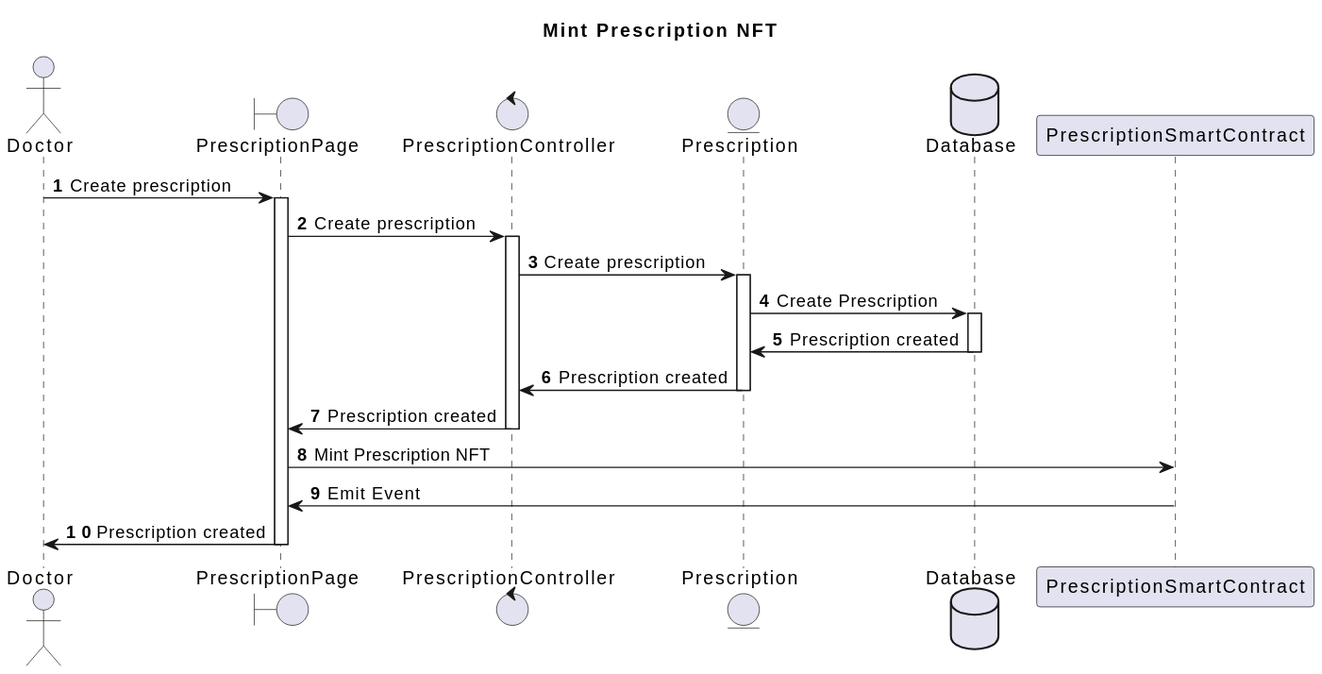
Above: uml/images/MintPrescription.svg in CUPChain/webapp (PlantUML), before the change.
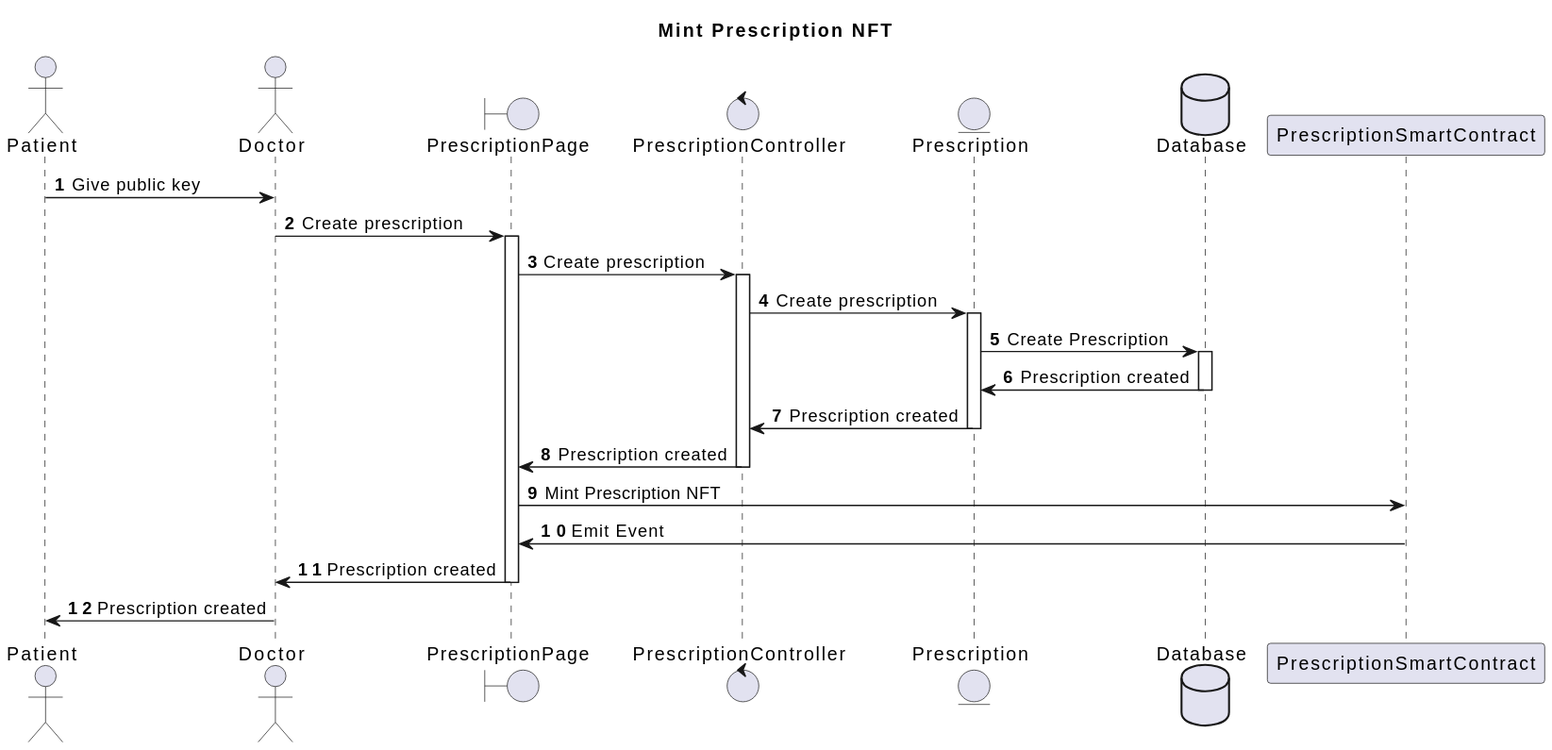
The same file after the commit.

Commit message:
improvement on uml

What changed in the source:
```diff
@@ -1,11 +1,14 @@
 @startuml
 title Mint Prescription NFT
 autonumber
+actor       Patient      as Patient
 actor       Doctor       as Doctor
 boundary    PrescriptionPage    as PrescriptionPage
 control     PrescriptionController     as PrescriptionController
 entity      Prescription      as Prescription
 database    Database    as Database
+
+Patient -> Doctor : Give public key
 Doctor -> PrescriptionPage ++ : Create prescription
 PrescriptionPage -> PrescriptionController ++ : Create prescription
 PrescriptionController -> Prescription ++ : Create prescription
@@ -19,4 +22,5 @@
 PrescriptionPage -> PrescriptionSmartContract : Mint Prescription NFT
 PrescriptionSmartContract -> PrescriptionPage : Emit Event
 PrescriptionPage -> Doctor -- : Prescription created
+Doctor -> Patient -- : Prescription created
 @enduml
```
